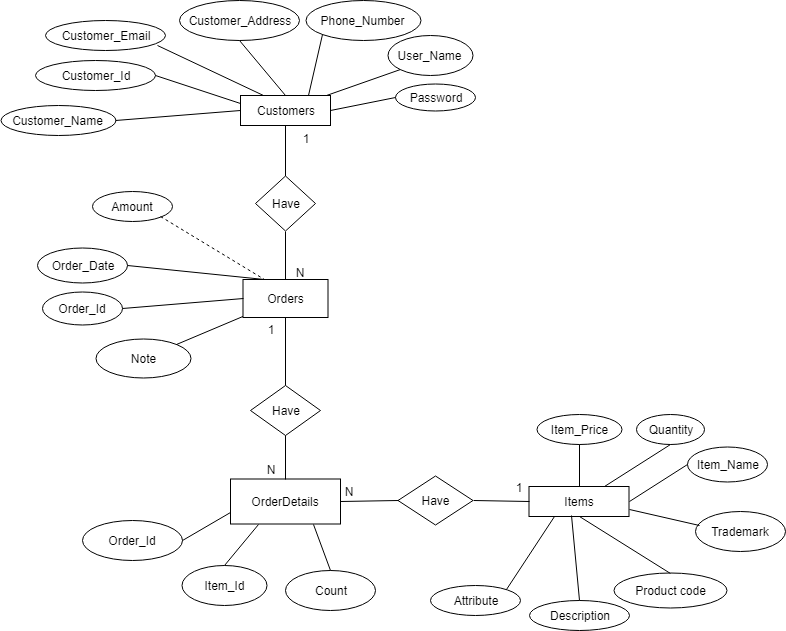
The draw.io diagram Document/ERD.png in LinhNguyennnn/Shop_HeadPhone_G03, before a commit. Source tidied: cells renumbered, new cells last; positions are measured from the earlier drawing's top-left corner, leaving out a move shared by most shapes.
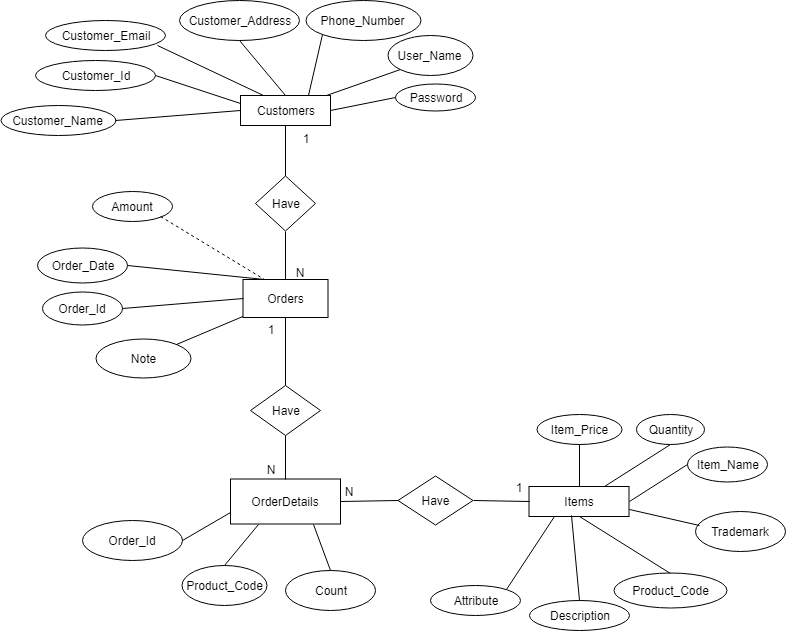
After the change.

Diff of the diagram source:
```diff
@@ -50,7 +50,7 @@
     <mxCell id="17" value="&lt;pre id=&quot;tw-target-text&quot;&gt;&lt;font face=&quot;Helvetica&quot;&gt;Trademark&lt;/font&gt;&lt;br&gt;&lt;/pre&gt;" style="ellipse;whiteSpace=wrap;html=1;" parent="1" vertex="1">
       <mxGeometry x="695" y="511" width="90" height="40" as="geometry" />
     </mxCell>
-    <mxCell id="18" value="&lt;span&gt;Product code&lt;/span&gt;" style="ellipse;whiteSpace=wrap;html=1;" parent="1" vertex="1">
+    <mxCell id="18" value="&lt;span&gt;Product_Code&lt;/span&gt;" style="ellipse;whiteSpace=wrap;html=1;" parent="1" vertex="1">
       <mxGeometry x="613.5" y="572.5" width="113" height="35" as="geometry" />
     </mxCell>
     <mxCell id="19" value="&lt;span&gt;Attribute&lt;/span&gt;&lt;br&gt;" style="ellipse;whiteSpace=wrap;html=1;" parent="1" vertex="1">
@@ -167,7 +167,7 @@
     <mxCell id="56" value="&lt;span&gt;Amount&lt;/span&gt;" style="ellipse;whiteSpace=wrap;html=1;" parent="1" vertex="1">
       <mxGeometry x="91.5" y="190.5" width="80" height="30" as="geometry" />
     </mxCell>
-    <mxCell id="57" value="Item_Id" style="ellipse;whiteSpace=wrap;html=1;" parent="1" vertex="1">
+    <mxCell id="57" value="Product_Code" style="ellipse;whiteSpace=wrap;html=1;" parent="1" vertex="1">
       <mxGeometry x="181.5" y="565" width="85" height="40" as="geometry" />
     </mxCell>
     <mxCell id="58" style="endArrow=none;html=1;entryX=0.25;entryY=1;entryDx=0;entryDy=0;exitX=0.5;exitY=0;exitDx=0;exitDy=0;" parent="1" edge="1" source="57" target="41">
```
